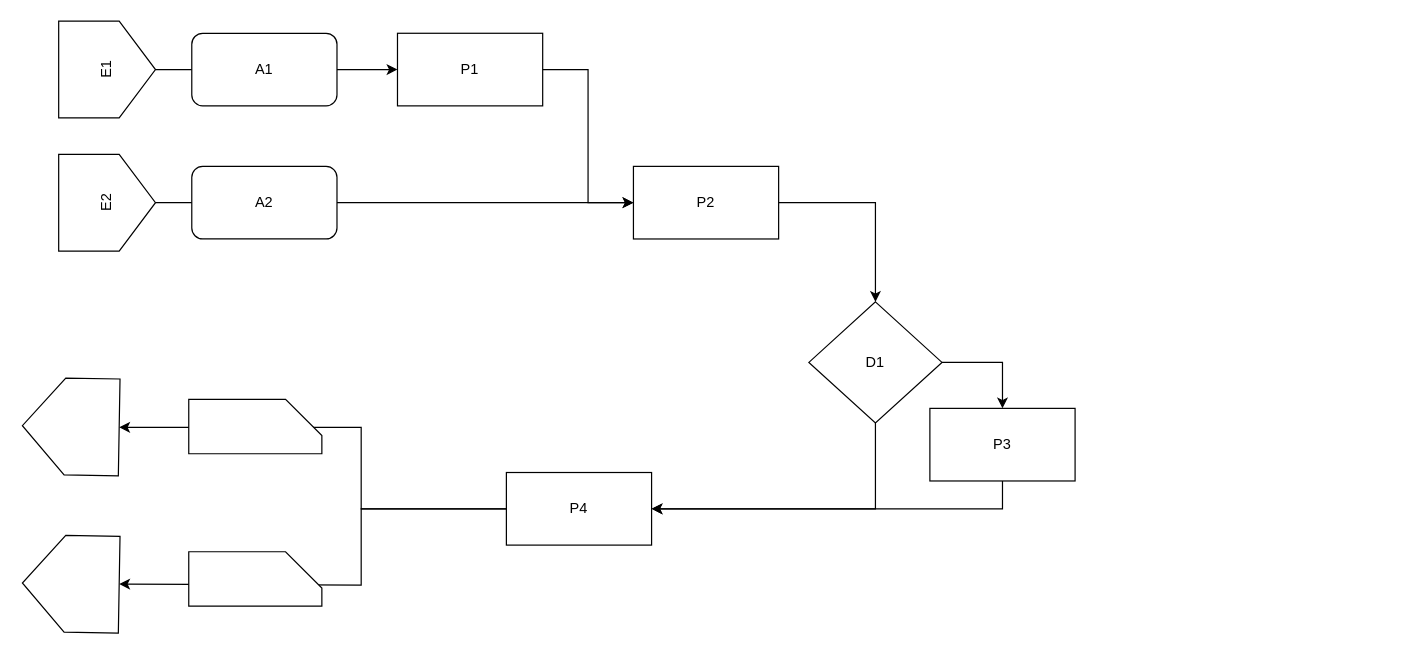
aboutkrin/aboutkrin.github.io keeps this draw.io diagram as Em-Con-Model.drawio. Above is the earlier version. Source tidied: cells renumbered, new cells numbered last; positions are measured from the earlier drawing's top-left corner, leaving out a move shared by most shapes. Both pictures are drawn from the tidied source at 121%, with x=0, y=0 at pixel (22, 21).
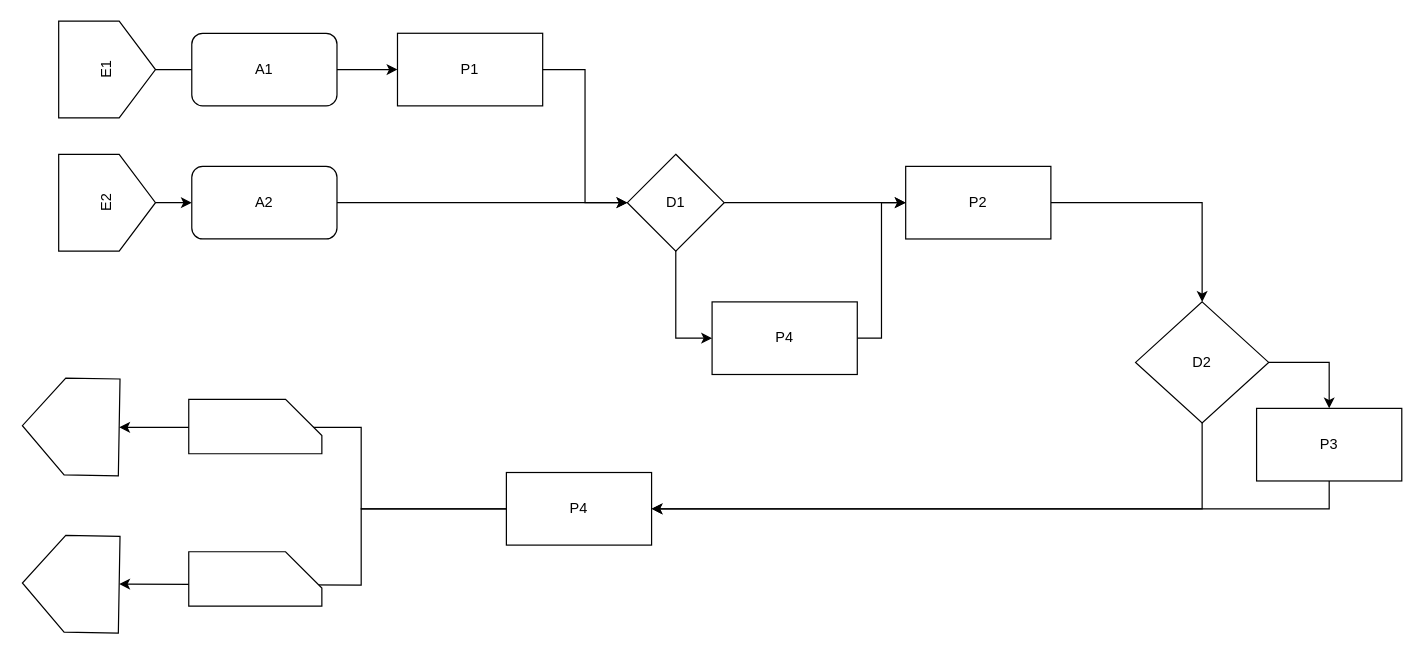
The same diagram, later.

Unchanged cells that the change refers to:
```xml
<mxCell id="6" value="P1" style="rounded=0;whiteSpace=wrap;html=1;" parent="1" vertex="1">
  <mxGeometry x="310" y="10" width="120" height="60" as="geometry" />
</mxCell>
<mxCell id="11" value="E2" style="shape=offPageConnector;whiteSpace=wrap;html=1;rotation=-90;" parent="1" vertex="1">
  <mxGeometry x="30" y="110" width="80" height="80" as="geometry" />
</mxCell>
<mxCell id="23" value="A2" style="rounded=1;whiteSpace=wrap;html=1;" parent="1" vertex="1">
  <mxGeometry x="140" y="120" width="120" height="60" as="geometry" />
</mxCell>
```

The edit, as a diff of the source:
```diff
@@
-    <mxCell id="5" style="edgeStyle=orthogonalEdgeStyle;rounded=0;jettySize=auto;html=1;exitX=1;exitY=0.5;exitDx=0;exitDy=0;entryX=0;entryY=0.5;entryDx=0;entryDy=0;" parent="1" edge="1" source="6" target="13">
-      <mxGeometry relative="1" as="geometry" />
-    </mxCell>
+    <mxCell id="24" style="edgeStyle=orthogonalEdgeStyle;rounded=0;jettySize=auto;html=1;exitX=1;exitY=0.5;exitDx=0;exitDy=0;entryX=0;entryY=0.5;entryDx=0;entryDy=0;" parent="1" edge="1" source="6" target="29">
+      <mxGeometry relative="1" as="geometry" />
+    </mxCell>
@@
-    <mxCell id="10" style="edgeStyle=orthogonalEdgeStyle;rounded=0;jettySize=auto;html=1;exitX=0.5;exitY=1;exitDx=0;exitDy=0;" parent="1" edge="1" source="11" target="13">
-      <mxGeometry relative="1" as="geometry" />
-    </mxCell>
+    <mxCell id="25" style="edgeStyle=orthogonalEdgeStyle;rounded=0;jettySize=auto;html=1;exitX=0.5;exitY=1;exitDx=0;exitDy=0;" parent="1" edge="1" source="11" target="23">
+      <mxGeometry relative="1" as="geometry" />
+    </mxCell>
@@
     <mxCell id="13" value="P2" style="rounded=0;whiteSpace=wrap;html=1;" parent="1" vertex="1">
-      <mxGeometry x="505" y="120" width="120" height="60" as="geometry" />
+      <mxGeometry x="730" y="120" width="120" height="60" as="geometry" />
     </mxCell>
@@
-    <mxCell id="17" value="D1" style="rhombus;whiteSpace=wrap;html=1;" parent="1" vertex="1">
-      <mxGeometry x="650" y="232" width="110" height="100" as="geometry" />
+    <mxCell id="17" value="D2" style="rhombus;whiteSpace=wrap;html=1;" parent="1" vertex="1">
+      <mxGeometry x="920" y="232" width="110" height="100" as="geometry" />
     </mxCell>
@@
     <mxCell id="19" value="P3" style="rounded=0;whiteSpace=wrap;html=1;" parent="1" vertex="1">
-      <mxGeometry x="750" y="320" width="120" height="60" as="geometry" />
+      <mxGeometry x="1020" y="320" width="120" height="60" as="geometry" />
     </mxCell>
@@
+    <mxCell id="26" style="edgeStyle=orthogonalEdgeStyle;rounded=0;jettySize=auto;html=1;exitX=1;exitY=0.5;exitDx=0;exitDy=0;" parent="1" edge="1" source="23" target="29">
+      <mxGeometry relative="1" as="geometry" />
+    </mxCell>
@@
+    <mxCell id="27" style="edgeStyle=orthogonalEdgeStyle;rounded=0;jettySize=auto;html=1;exitX=0.5;exitY=1;exitDx=0;exitDy=0;entryX=0;entryY=0.5;entryDx=0;entryDy=0;" parent="1" edge="1" source="29" target="31">
+      <mxGeometry relative="1" as="geometry" />
+    </mxCell>
+    <mxCell id="28" style="edgeStyle=orthogonalEdgeStyle;rounded=0;jettySize=auto;html=1;exitX=1;exitY=0.5;exitDx=0;exitDy=0;entryX=0;entryY=0.5;entryDx=0;entryDy=0;" parent="1" edge="1" source="29" target="13">
+      <mxGeometry relative="1" as="geometry" />
+    </mxCell>
+    <mxCell id="29" value="D1" style="rhombus;whiteSpace=wrap;html=1;" parent="1" vertex="1">
+      <mxGeometry x="500" y="110" width="80" height="80" as="geometry" />
+    </mxCell>
+    <mxCell id="30" style="edgeStyle=orthogonalEdgeStyle;rounded=0;jettySize=auto;html=1;exitX=1;exitY=0.5;exitDx=0;exitDy=0;entryX=0;entryY=0.5;entryDx=0;entryDy=0;" parent="1" edge="1" source="31" target="13">
+      <mxGeometry relative="1" as="geometry" />
+    </mxCell>
+    <mxCell id="31" value="P4" style="rounded=0;whiteSpace=wrap;html=1;" parent="1" vertex="1">
+      <mxGeometry x="570" y="232" width="120" height="60" as="geometry" />
+    </mxCell>
```
